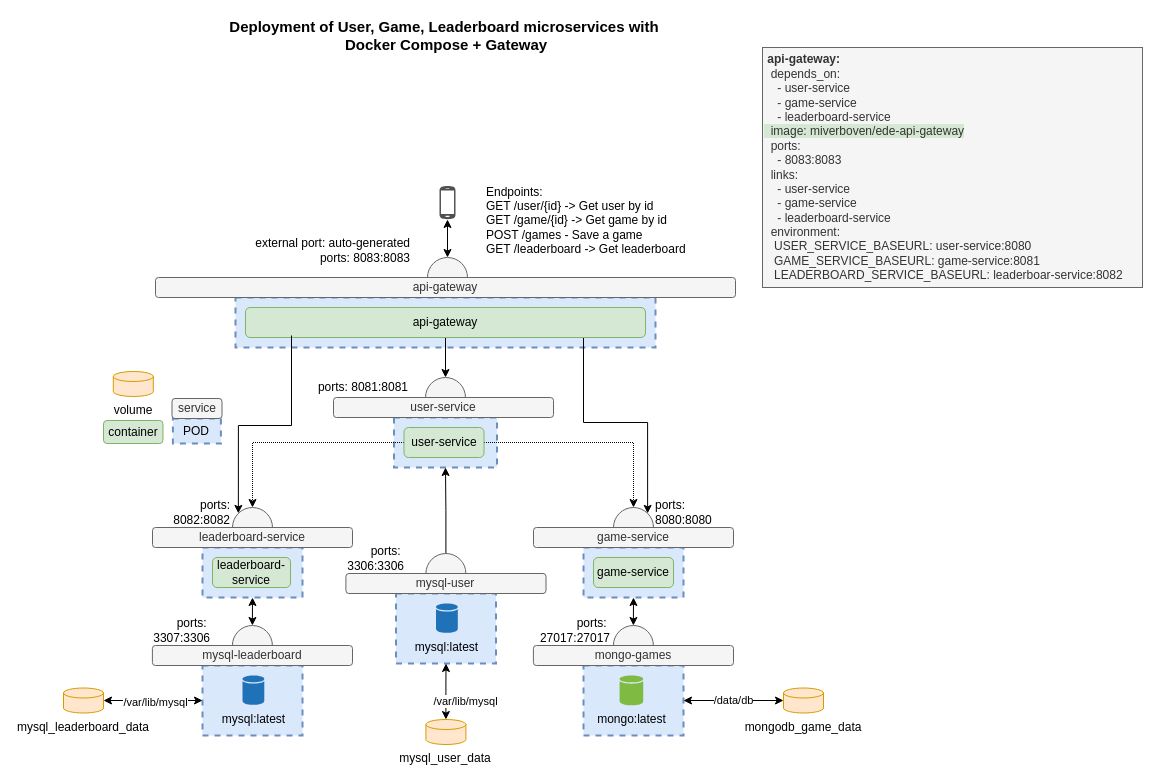
B-Antonis96/BowlingGameBackEnd keeps this draw.io diagram as Diagram.drawio. Above is the earlier version. Source tidied: cells renumbered, new cells numbered last; positions are measured from the earlier drawing's top-left corner, leaving out a move shared by most shapes. Both pictures are drawn from the tidied source at 100%, with x=0, y=0 at pixel (63, 25).
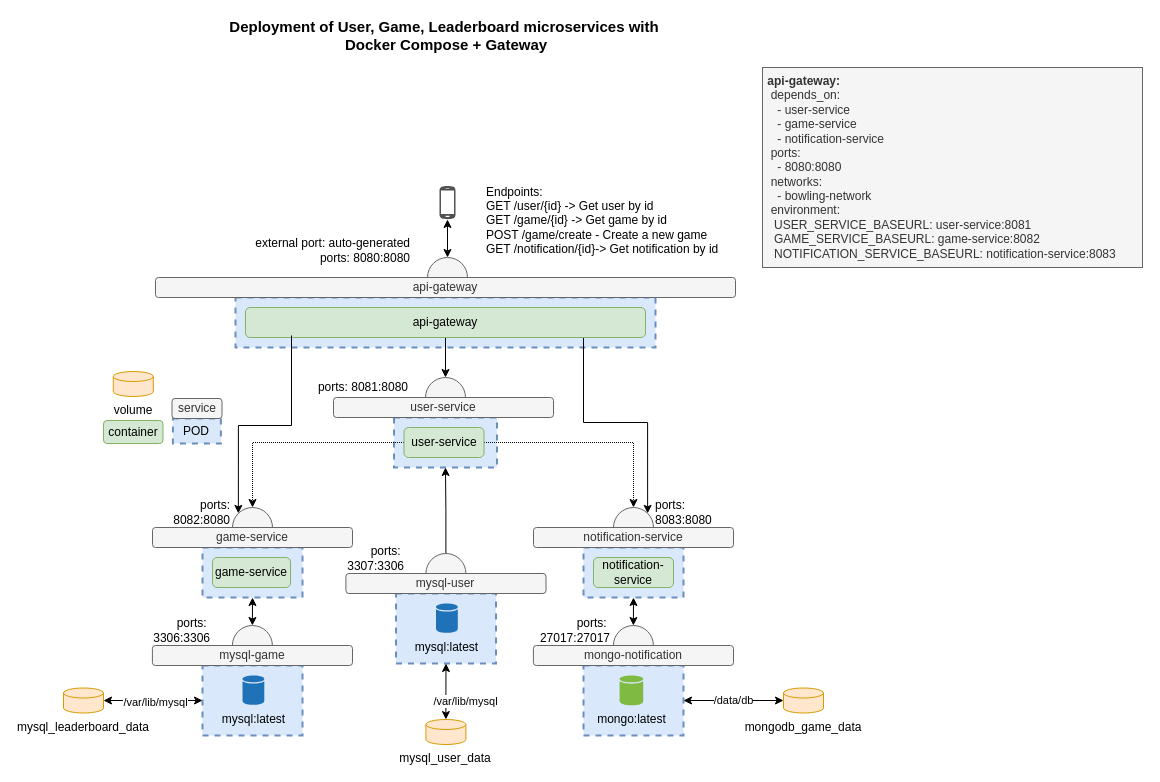
The same page after the edit.

Commit message (it also covers changes not shown here):
Update API diagram

What changed in the source:
```diff
@@
-    <mxCell id="9" value="leaderboard-service" style="rounded=1;whiteSpace=wrap;html=1;fillColor=#d5e8d4;strokeColor=#82b366;" parent="1" vertex="1">
+    <mxCell id="9" value="game-service" style="rounded=1;whiteSpace=wrap;html=1;fillColor=#d5e8d4;strokeColor=#82b366;" parent="1" vertex="1">
       <mxGeometry x="149" y="532" width="78" height="30" as="geometry" />
     </mxCell>
-    <mxCell id="10" value="game-service" style="rounded=1;whiteSpace=wrap;html=1;fillColor=#d5e8d4;strokeColor=#82b366;" parent="1" vertex="1">
+    <mxCell id="10" value="notification-service" style="rounded=1;whiteSpace=wrap;html=1;fillColor=#d5e8d4;strokeColor=#82b366;" parent="1" vertex="1">
       <mxGeometry x="530" y="532" width="80" height="30" as="geometry" />
     </mxCell>
-    <mxCell id="11" value="leaderboard-service" style="rounded=1;whiteSpace=wrap;html=1;fillColor=#f5f5f5;strokeColor=#666666;fontColor=#333333;" parent="1" vertex="1">
+    <mxCell id="11" value="game-service" style="rounded=1;whiteSpace=wrap;html=1;fillColor=#f5f5f5;strokeColor=#666666;fontColor=#333333;" parent="1" vertex="1">
       <mxGeometry x="89" y="502" width="200" height="20" as="geometry" />
     </mxCell>
-    <mxCell id="12" value="game-service" style="rounded=1;whiteSpace=wrap;html=1;fillColor=#f5f5f5;strokeColor=#666666;fontColor=#333333;" parent="1" vertex="1">
+    <mxCell id="12" value="notification-service" style="rounded=1;whiteSpace=wrap;html=1;fillColor=#f5f5f5;strokeColor=#666666;fontColor=#333333;" parent="1" vertex="1">
       <mxGeometry x="470" y="502" width="200" height="20" as="geometry" />
     </mxCell>
@@
-    <mxCell id="21" value="&lt;div&gt;ports:&lt;/div&gt;&lt;div&gt;8082:&lt;span style=&quot;background-color: initial;&quot;&gt;8082&lt;/span&gt;&lt;/div&gt;" style="text;html=1;strokeColor=none;fillColor=none;align=right;verticalAlign=middle;whiteSpace=wrap;rounded=0;" parent="1" vertex="1">
+    <mxCell id="21" value="&lt;div&gt;ports:&lt;/div&gt;&lt;div&gt;8082:&lt;span style=&quot;background-color: initial;&quot;&gt;8080&lt;/span&gt;&lt;/div&gt;" style="text;html=1;strokeColor=none;fillColor=none;align=right;verticalAlign=middle;whiteSpace=wrap;rounded=0;" parent="1" vertex="1">
       <mxGeometry x="60" y="472" width="109" height="30" as="geometry" />
     </mxCell>
-    <mxCell id="22" value="&lt;div&gt;ports:&lt;/div&gt;&lt;div&gt;8080:&lt;span style=&quot;background-color: initial;&quot;&gt;8080&lt;/span&gt;&lt;/div&gt;" style="text;html=1;strokeColor=none;fillColor=none;align=left;verticalAlign=middle;whiteSpace=wrap;rounded=0;" parent="1" vertex="1">
+    <mxCell id="22" value="&lt;div&gt;ports:&lt;/div&gt;&lt;div&gt;8083:&lt;span style=&quot;background-color: initial;&quot;&gt;8080&lt;/span&gt;&lt;/div&gt;" style="text;html=1;strokeColor=none;fillColor=none;align=left;verticalAlign=middle;whiteSpace=wrap;rounded=0;" parent="1" vertex="1">
       <mxGeometry x="590" y="472" width="109" height="30" as="geometry" />
     </mxCell>
@@
-    <mxCell id="26" value="mysql-leaderboard" style="rounded=1;whiteSpace=wrap;html=1;fillColor=#f5f5f5;strokeColor=#666666;fontColor=#333333;" parent="1" vertex="1">
+    <mxCell id="26" value="mysql-game" style="rounded=1;whiteSpace=wrap;html=1;fillColor=#f5f5f5;strokeColor=#666666;fontColor=#333333;" parent="1" vertex="1">
       <mxGeometry x="88.9" y="620" width="200.1" height="20" as="geometry" />
     </mxCell>
-    <mxCell id="27" value="&lt;div&gt;&lt;span&gt;ports:&amp;nbsp;&lt;/span&gt;&lt;br&gt;&lt;/div&gt;3307:3306" style="text;html=1;strokeColor=none;fillColor=none;align=right;verticalAlign=middle;whiteSpace=wrap;rounded=0;" parent="1" vertex="1">
+    <mxCell id="27" value="&lt;div&gt;&lt;span&gt;ports:&amp;nbsp;&lt;/span&gt;&lt;br&gt;&lt;/div&gt;3306:3306" style="text;html=1;strokeColor=none;fillColor=none;align=right;verticalAlign=middle;whiteSpace=wrap;rounded=0;" parent="1" vertex="1">
       <mxGeometry x="40" y="590" width="109" height="30" as="geometry" />
     </mxCell>
@@
-    <mxCell id="30" value="mongo-games" style="rounded=1;whiteSpace=wrap;html=1;fillColor=#f5f5f5;strokeColor=#666666;fontColor=#333333;" parent="1" vertex="1">
+    <mxCell id="30" value="mongo-notification" style="rounded=1;whiteSpace=wrap;html=1;fillColor=#f5f5f5;strokeColor=#666666;fontColor=#333333;" parent="1" vertex="1">
       <mxGeometry x="469.9" y="620" width="200.1" height="20" as="geometry" />
     </mxCell>
@@
-    <mxCell id="33" value="&lt;div&gt;&lt;span style=&quot;background-color: initial;&quot;&gt;ports: 8081:&lt;/span&gt;&lt;span style=&quot;background-color: initial;&quot;&gt;8081&lt;/span&gt;&lt;br&gt;&lt;/div&gt;" style="text;html=1;strokeColor=none;fillColor=none;align=right;verticalAlign=middle;whiteSpace=wrap;rounded=0;" parent="1" vertex="1">
+    <mxCell id="33" value="&lt;div&gt;&lt;span style=&quot;background-color: initial;&quot;&gt;ports: 8081:&lt;/span&gt;&lt;span style=&quot;background-color: initial;&quot;&gt;8080&lt;/span&gt;&lt;br&gt;&lt;/div&gt;" style="text;html=1;strokeColor=none;fillColor=none;align=right;verticalAlign=middle;whiteSpace=wrap;rounded=0;" parent="1" vertex="1">
       <mxGeometry x="168.9" y="352" width="178" height="20" as="geometry" />
     </mxCell>
@@
-    <mxCell id="42" value="&lt;div&gt;&lt;b&gt;&amp;nbsp;api-gateway:&lt;/b&gt;&lt;/div&gt;&lt;div&gt;&amp;nbsp; depends_on:&lt;/div&gt;&lt;div&gt;&amp;nbsp; &amp;nbsp; - user-service&lt;/div&gt;&lt;div&gt;&amp;nbsp; &amp;nbsp; - game-service&lt;/div&gt;&lt;div&gt;&amp;nbsp; &amp;nbsp; - leaderboard-service&lt;/div&gt;&lt;div&gt;&lt;span style=&quot;background-color: rgb(213, 232, 212);&quot;&gt;&amp;nbsp; image: miverboven/ede-api-gateway&lt;/span&gt;&lt;/div&gt;&lt;div&gt;&amp;nbsp; ports:&lt;/div&gt;&lt;div&gt;&amp;nbsp; &amp;nbsp; - 8083:8083&lt;/div&gt;&lt;div&gt;&amp;nbsp; links:&lt;/div&gt;&lt;div&gt;&amp;nbsp; &amp;nbsp; - user-service&lt;/div&gt;&lt;div&gt;&amp;nbsp; &amp;nbsp; - game-service&lt;/div&gt;&lt;div&gt;&amp;nbsp; &amp;nbsp; - leaderboard-service&lt;/div&gt;&lt;div&gt;&amp;nbsp;&amp;nbsp;environment:&lt;br&gt;&lt;/div&gt;&lt;div&gt;&amp;nbsp; &amp;nbsp;USER_SERVICE_BASEURL: user-service:8080&lt;/div&gt;&lt;div&gt;&amp;nbsp; &amp;nbsp;GAME_SERVICE_BASEURL: game-service:8081&lt;/div&gt;&lt;div&gt;&amp;nbsp; &amp;nbsp;LEADERBOARD_SERVICE_BASEURL: leaderboar-service:8082&lt;/div&gt;" style="text;html=1;align=left;verticalAlign=middle;strokeColor=#666666;fillColor=#f5f5f5;fontColor=#333333;" parent="1" vertex="1">
-      <mxGeometry x="699" y="22" width="380" height="240" as="geometry" />
+    <mxCell id="42" value="&lt;div&gt;&lt;b&gt;&amp;nbsp;api-gateway:&lt;/b&gt;&lt;/div&gt;&lt;div&gt;&amp;nbsp; depends_on:&lt;/div&gt;&lt;div&gt;&amp;nbsp; &amp;nbsp; - user-service&lt;/div&gt;&lt;div&gt;&amp;nbsp; &amp;nbsp; - game-service&lt;/div&gt;&lt;div&gt;&amp;nbsp; &amp;nbsp; - notification-service&lt;/div&gt;&lt;div&gt;&amp;nbsp; ports:&lt;/div&gt;&lt;div&gt;&amp;nbsp; &amp;nbsp; - 8080:8080&lt;/div&gt;&lt;div&gt;&lt;div&gt;&amp;nbsp; networks:&lt;/div&gt;&lt;div&gt;&amp;nbsp; &amp;nbsp; - bowling-network&lt;/div&gt;&lt;/div&gt;&lt;div&gt;&amp;nbsp;&amp;nbsp;environment:&lt;br&gt;&lt;/div&gt;&lt;div&gt;&amp;nbsp; &amp;nbsp;USER_SERVICE_BASEURL: user-service:8081&lt;/div&gt;&lt;div&gt;&amp;nbsp; &amp;nbsp;GAME_SERVICE_BASEURL: game-service:8082&lt;/div&gt;&lt;div&gt;&amp;nbsp; &amp;nbsp;NOTIFICATION_SERVICE_BASEURL: notification-service:8083&lt;/div&gt;" style="text;html=1;align=left;verticalAlign=middle;strokeColor=#666666;fillColor=#f5f5f5;fontColor=#333333;" parent="1" vertex="1">
+      <mxGeometry x="699" y="42" width="380" height="200" as="geometry" />
     </mxCell>
@@
-    <mxCell id="48" value="&lt;div&gt;&lt;span&gt;ports:&amp;nbsp;&lt;/span&gt;&lt;br&gt;&lt;/div&gt;3306:3306" style="text;html=1;strokeColor=none;fillColor=none;align=right;verticalAlign=middle;whiteSpace=wrap;rounded=0;" parent="1" vertex="1">
+    <mxCell id="48" value="&lt;div&gt;&lt;span&gt;ports:&amp;nbsp;&lt;/span&gt;&lt;br&gt;&lt;/div&gt;3307:3306" style="text;html=1;strokeColor=none;fillColor=none;align=right;verticalAlign=middle;whiteSpace=wrap;rounded=0;" parent="1" vertex="1">
       <mxGeometry x="233.5" y="518" width="109" height="30" as="geometry" />
     </mxCell>
@@
-    <mxCell id="58" value="&lt;div&gt;external port: auto-generated&lt;/div&gt;&lt;div&gt;ports: 8083:&lt;span style=&quot;background-color: initial;&quot;&gt;8083&lt;/span&gt;&lt;/div&gt;" style="text;html=1;strokeColor=none;fillColor=none;align=right;verticalAlign=middle;whiteSpace=wrap;rounded=0;" parent="1" vertex="1">
+    <mxCell id="58" value="&lt;div&gt;external port: auto-generated&lt;/div&gt;&lt;div&gt;ports: 8080:&lt;span style=&quot;background-color: initial;&quot;&gt;8080&lt;/span&gt;&lt;/div&gt;" style="text;html=1;strokeColor=none;fillColor=none;align=right;verticalAlign=middle;whiteSpace=wrap;rounded=0;" parent="1" vertex="1">
       <mxGeometry x="170.9" y="210" width="178" height="30" as="geometry" />
     </mxCell>
@@
-    <mxCell id="60" value="Endpoints:&lt;br&gt;GET /user/{id} -&amp;gt; Get user by id&lt;br&gt;GET /game/{id} -&amp;gt; Get game by id&lt;br&gt;POST /games - Save a game&lt;br&gt;GET /leaderboard -&amp;gt; Get leaderboard" style="text;html=1;strokeColor=none;fillColor=none;align=left;verticalAlign=middle;whiteSpace=wrap;rounded=0;" parent="1" vertex="1">
+    <mxCell id="60" value="Endpoints:&lt;br&gt;GET /user/{id} -&amp;gt; Get user by id&lt;br&gt;GET /game/{id} -&amp;gt; Get game by id&lt;br&gt;POST /game/create - Create a new game&lt;br&gt;GET /notification/{id}-&amp;gt; Get notification by id" style="text;html=1;strokeColor=none;fillColor=none;align=left;verticalAlign=middle;whiteSpace=wrap;rounded=0;" parent="1" vertex="1">
       <mxGeometry x="420.5" y="150" width="240" height="90" as="geometry" />
     </mxCell>
```
